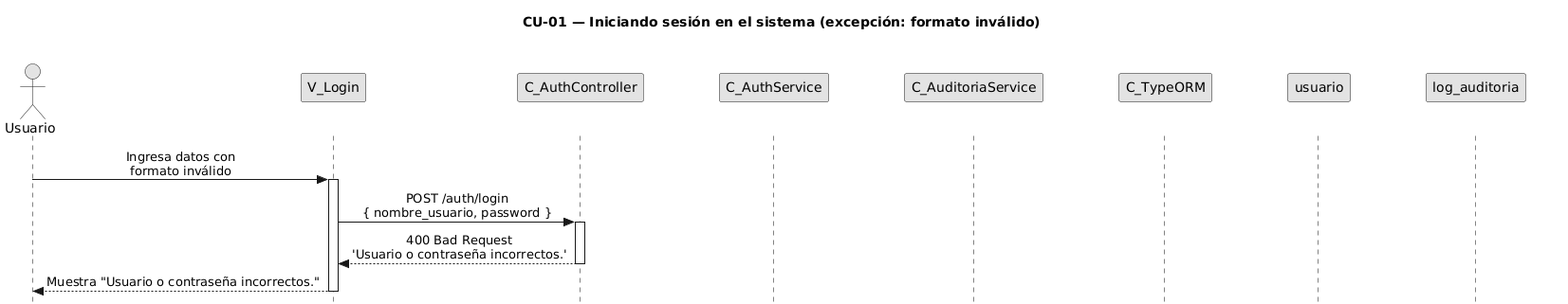
This is diagramas/diagramas-secuencia/CU01/CU01-exc-formato-invalido.png from FSM-Finet-y-Cable-Magico/Team_1-Inventario-y-Bodega, a PlantUML export, as it was before one commit.
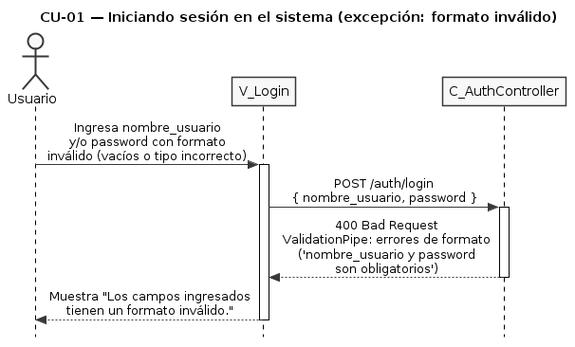
The same file after the commit.

The edit, as a diff of the source:
```diff
@@ -5,16 +5,8 @@
 skinparam monochrome true
 skinparam shadowing false
 skinparam sequenceMessageAlign center
-<style>
-sequenceDiagram {
-  participant {
-    Margin 35
-  }
-  actor {
-    Margin 15
-  }
-}
-</style>
+skinparam ParticipantPadding 25
+skinparam ActorPadding 20
 skinparam sequence {
   MessageAlign center
   LifeLineBorderColor black
@@ -24,22 +16,17 @@
 actor "Usuario" as user
 participant "V_Login" as view
 participant "C_AuthController" as ctrl
-participant "C_AuthService" as svc
-participant "C_AuditoriaService" as aud
-participant "C_TypeORM" as orm
-participant "usuario" as uent
-participant "log_auditoria" as aent
 
-user -> view : Ingresa datos con\nformato inválido
+user -> view : Ingresa nombre_usuario\ny/o password con formato\ninválido (vacíos o tipo incorrecto)
 activate view
 
 view -> ctrl : POST /auth/login\n{ nombre_usuario, password }
 activate ctrl
 
-ctrl --> view : 400 Bad Request\n'Usuario o contraseña incorrectos.'
+ctrl --> view : 400 Bad Request\nValidationPipe: errores de formato\n('nombre_usuario y password\nson obligatorios')
 deactivate ctrl
 
-view --> user : Muestra "Usuario o contraseña incorrectos."
+view --> user : Muestra "Los campos ingresados\ntienen un formato inválido."
 deactivate view
 
 @enduml
```
